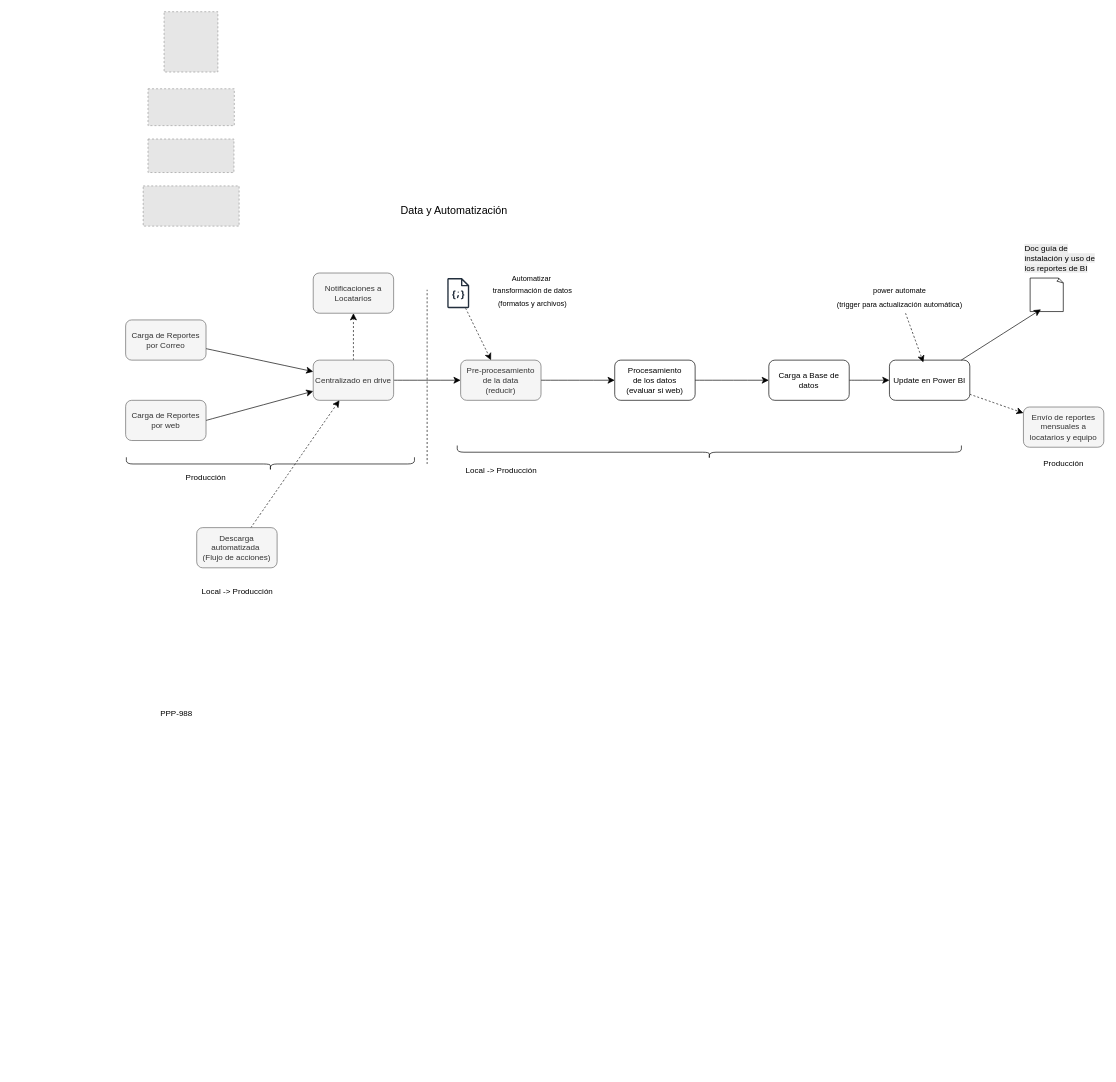
Before: Diagrama sin título.drawio in germanhyt/001_architect_projects, a draw.io diagram. Source tidied: cells renumbered, new cells numbered last; positions are measured from the earlier drawing's top-left corner, leaving out a move shared by most shapes. Both pictures are drawn from the tidied source at 67%, with x=0, y=0 at pixel (125, 11). Pictures stored in the file or linked from it are replaced by grey dashed boxes.
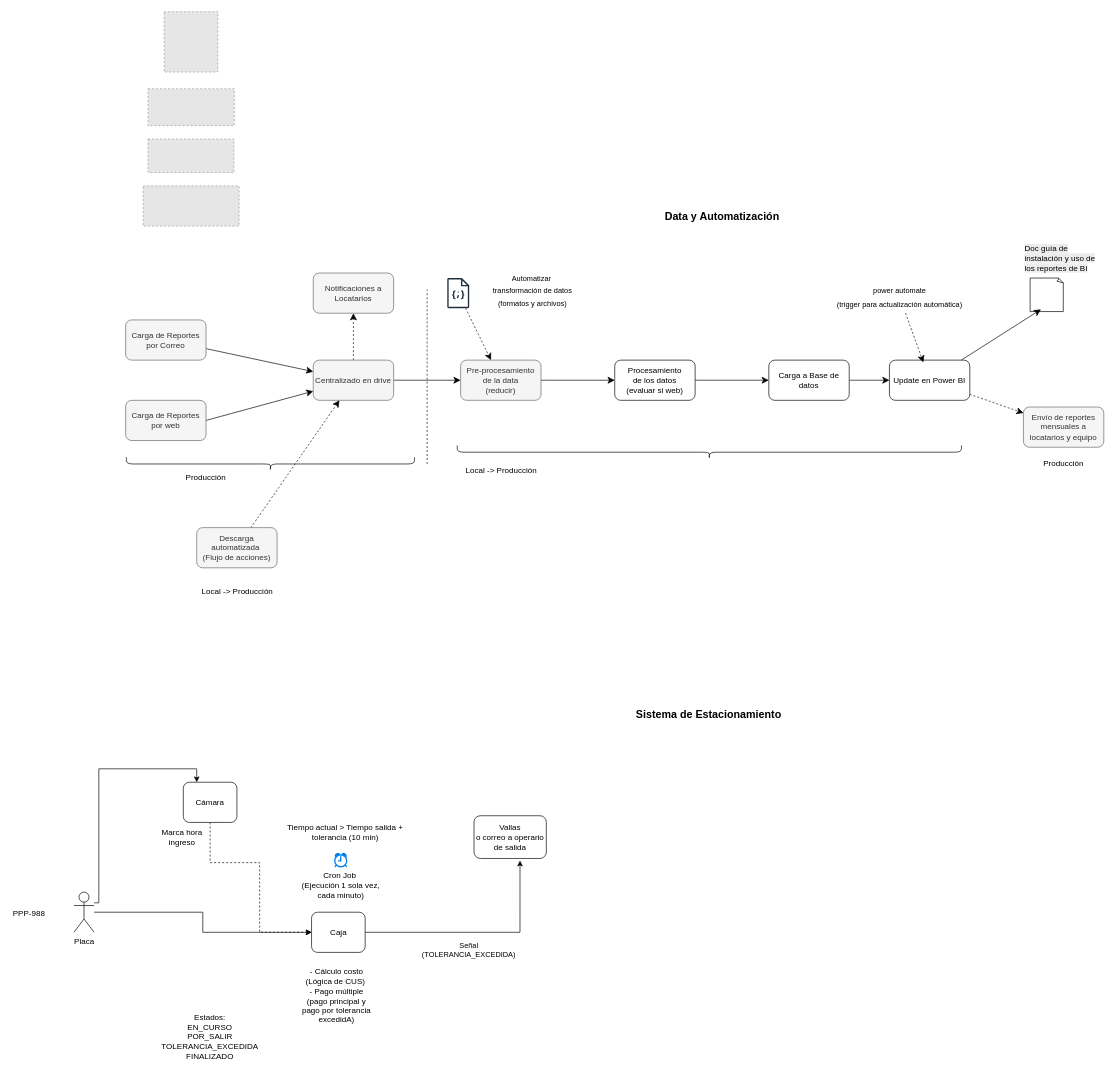
After the change.

The edit, as a diff of the source:
```diff
@@
-    <mxCell id="8" value="Data y Automatización" style="text;html=1;align=center;verticalAlign=middle;strokeColor=none;fillColor=none;fontSize=16;" parent="1" vertex="1">
-      <mxGeometry x="400" y="281.2" width="180" height="30" as="geometry" />
+    <mxCell id="8" value="Data y Automatización" style="text;html=1;align=center;verticalAlign=middle;strokeColor=none;fillColor=none;fontSize=16;fontStyle=1;" parent="1" vertex="1">
+      <mxGeometry x="800" y="290" width="180" height="30" as="geometry" />
     </mxCell>
@@
     <mxCell id="41" value="PPP-988" style="text;whiteSpace=wrap;" parent="1" vertex="1">
-      <mxGeometry x="50" y="1033.8" width="80" height="40" as="geometry" />
+      <mxGeometry x="-170" y="1332.1" width="65" height="23.8" as="geometry" />
     </mxCell>
+    <mxCell id="42" value="Caja" style="rounded=1;whiteSpace=wrap;html=1;" parent="1" vertex="1">
+      <mxGeometry x="277.5" y="1344" width="80" height="60" as="geometry" />
+    </mxCell>
+    <mxCell id="43" value="Vallas&lt;div&gt;o correo a operario de salida&lt;/div&gt;" style="rounded=1;whiteSpace=wrap;html=1;" parent="1" vertex="1">
+      <mxGeometry x="520" y="1200" width="107.9" height="63.8" as="geometry" />
+    </mxCell>
+    <mxCell id="44" style="edgeStyle=orthogonalEdgeStyle;rounded=0;jettySize=auto;html=1;entryX=0.25;entryY=0;entryDx=0;entryDy=0;" parent="1" edge="1" source="46" target="51">
+      <mxGeometry relative="1" as="geometry">
+        <Array as="points">
+          <mxPoint x="-40" y="1330" />
+          <mxPoint x="-40" y="1130" />
+          <mxPoint x="106" y="1130" />
+        </Array>
+      </mxGeometry>
+    </mxCell>
+    <mxCell id="45" style="edgeStyle=orthogonalEdgeStyle;rounded=0;jettySize=auto;html=1;" parent="1" edge="1" source="46" target="42">
+      <mxGeometry relative="1" as="geometry" />
+    </mxCell>
+    <mxCell id="46" value="Placa" style="shape=umlActor;verticalLabelPosition=bottom;verticalAlign=top;html=1;outlineConnect=0;" parent="1" vertex="1">
+      <mxGeometry x="-77.1" y="1314" width="30" height="60" as="geometry" />
+    </mxCell>
+    <mxCell id="47" value="Cron Job&amp;nbsp;&lt;div&gt;(Ejecución 1 sola vez,&lt;/div&gt;&lt;div&gt;cada minuto)&lt;/div&gt;" style="html=1;verticalLabelPosition=bottom;align=center;labelBackgroundColor=#ffffff;verticalAlign=top;strokeWidth=2;strokeColor=#0080F0;shadow=0;dashed=0;shape=mxgraph.ios7.icons.alarm_clock;" parent="1" vertex="1">
+      <mxGeometry x="312.1" y="1256.2" width="17.9" height="20" as="geometry" />
+    </mxCell>
+    <mxCell id="48" value="Tiempo actual &amp;gt; Tiempo salida + tolerancia (10 min)" style="text;strokeColor=none;align=center;fillColor=none;html=1;verticalAlign=middle;whiteSpace=wrap;rounded=0;" parent="1" vertex="1">
+      <mxGeometry x="228.2" y="1210" width="200" height="30" as="geometry" />
+    </mxCell>
+    <mxCell id="49" value="- Cálculo costo (Lógica de CUS)&amp;nbsp;&lt;div&gt;&lt;span style=&quot;background-color: transparent; color: light-dark(rgb(0, 0, 0), rgb(255, 255, 255));&quot;&gt;- Pago múltiple (pago principal y pago por tolerancia excedidA)&lt;/span&gt;&lt;/div&gt;" style="text;html=1;align=center;verticalAlign=middle;whiteSpace=wrap;rounded=0;" parent="1" vertex="1">
+      <mxGeometry x="261.6" y="1414" width="105.9" height="110" as="geometry" />
+    </mxCell>
+    <mxCell id="50" style="edgeStyle=orthogonalEdgeStyle;rounded=0;jettySize=auto;html=1;dashed=1;" parent="1" edge="1" source="51" target="42">
+      <mxGeometry relative="1" as="geometry">
+        <Array as="points">
+          <mxPoint x="126" y="1270" />
+          <mxPoint x="200" y="1270" />
+          <mxPoint x="200" y="1374" />
+        </Array>
+      </mxGeometry>
+    </mxCell>
+    <mxCell id="51" value="Cámara" style="rounded=1;whiteSpace=wrap;html=1;" parent="1" vertex="1">
+      <mxGeometry x="86.1" y="1150" width="80" height="60" as="geometry" />
+    </mxCell>
+    <mxCell id="52" value="Sistema de Estacionamiento" style="text;html=1;align=center;verticalAlign=middle;strokeColor=none;fillColor=none;fontSize=16;fontStyle=1;" parent="1" vertex="1">
+      <mxGeometry x="755" y="1033.8" width="230" height="30" as="geometry" />
+    </mxCell>
+    <mxCell id="53" value="Marca hora ingreso" style="text;html=1;align=center;verticalAlign=middle;whiteSpace=wrap;rounded=0;" parent="1" vertex="1">
+      <mxGeometry x="33.4" y="1216.9" width="103" height="30" as="geometry" />
+    </mxCell>
+    <mxCell id="54" style="edgeStyle=orthogonalEdgeStyle;rounded=0;jettySize=auto;html=1;entryX=0.636;entryY=1.05;entryDx=0;entryDy=0;entryPerimeter=0;" parent="1" edge="1" source="42" target="43">
+      <mxGeometry relative="1" as="geometry" />
+    </mxCell>
+    <mxCell id="55" value="Señal&lt;div&gt;(TOLERANCIA_EXCEDIDA)&lt;/div&gt;" style="edgeLabel;html=1;align=center;verticalAlign=middle;" parent="54" vertex="1">
+      <mxGeometry x="-0.05" y="1" relative="1" as="geometry">
+        <mxPoint x="-7" y="27" as="offset" />
+      </mxGeometry>
+    </mxCell>
+    <mxCell id="56" value="Estados:&lt;div&gt;EN_CURSO&lt;/div&gt;&lt;div&gt;POR_SALIR&lt;/div&gt;&lt;div&gt;TOLERANCIA_EXCEDIDA&lt;/div&gt;&lt;div&gt;FINALIZADO&lt;/div&gt;" style="text;html=1;align=center;verticalAlign=middle;whiteSpace=wrap;rounded=0;" parent="1" vertex="1">
+      <mxGeometry x="46.1" y="1480" width="160" height="100" as="geometry" />
+    </mxCell>
```
